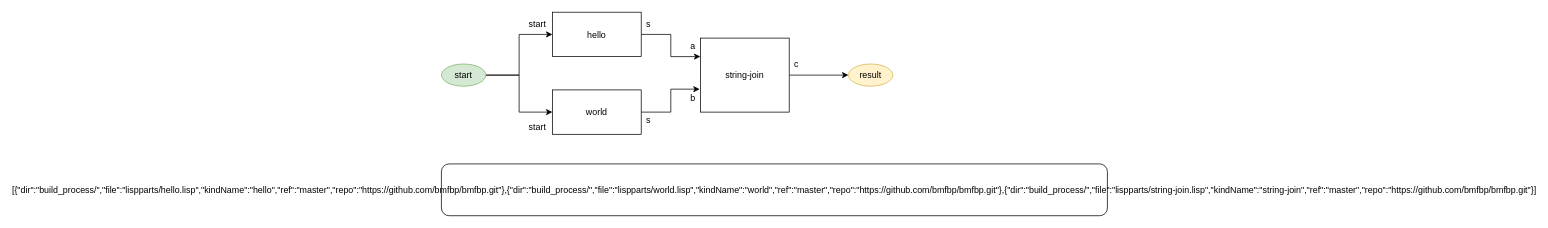
The draw.io diagram parts/diagram/helloworld.drawio in bmfbp/bmfbp, before the edit. Source tidied: cells renumbered, new cells numbered last; positions are measured from the earlier drawing's top-left corner, leaving out a move shared by most shapes. Both pictures are drawn from the tidied source at 74%, with x=0, y=0 at pixel (441, 12).
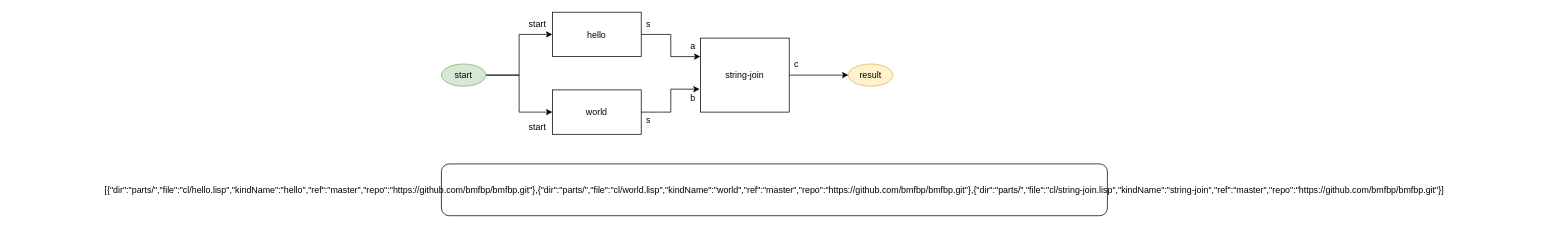
Above is the later version.

What changed in the source:
```diff
@@
 <mxGraphModel>
   <root>
     <mxCell id="0" />
     <mxCell id="1" parent="0" />
     <mxCell id="2" style="edgeStyle=orthogonalEdgeStyle;rounded=0;jettySize=auto;html=1;exitX=1;exitY=0.5;exitDx=0;exitDy=0;entryX=0;entryY=0.25;entryDx=0;entryDy=0;" parent="1" edge="1" source="3" target="7">
       <mxGeometry relative="1" as="geometry" />
     </mxCell>
     <mxCell id="3" value="hello" style="rounded=0;" parent="1" vertex="1">
       <mxGeometry x="150" width="120" height="60" as="geometry" />
     </mxCell>
     <mxCell id="4" style="edgeStyle=orthogonalEdgeStyle;rounded=0;jettySize=auto;html=1;exitX=1;exitY=0.5;exitDx=0;exitDy=0;entryX=-0.008;entryY=0.69;entryDx=0;entryDy=0;entryPerimeter=0;" parent="1" edge="1" source="5" target="7">
       <mxGeometry relative="1" as="geometry" />
     </mxCell>
     <mxCell id="5" value="world" style="rounded=0;" parent="1" vertex="1">
       <mxGeometry x="150" y="105" width="120" height="60" as="geometry" />
     </mxCell>
     <mxCell id="6" style="edgeStyle=orthogonalEdgeStyle;rounded=0;jettySize=auto;html=1;exitX=1;exitY=0.5;exitDx=0;exitDy=0;entryX=0;entryY=0.5;entryDx=0;entryDy=0;" parent="1" edge="1" source="7" target="16">
       <mxGeometry relative="1" as="geometry" />
     </mxCell>
     <mxCell id="7" value="string-join" style="rounded=0;" parent="1" vertex="1">
       <mxGeometry x="350" y="35" width="120" height="100" as="geometry" />
     </mxCell>
     <mxCell id="8" value="c" style="text;strokeColor=none;fillColor=none;align=center;verticalAlign=middle;rounded=0;" parent="1" vertex="1">
       <mxGeometry x="470" y="60" width="20" height="20" as="geometry" />
     </mxCell>
     <mxCell id="9" value="s" style="text;strokeColor=none;fillColor=none;align=center;verticalAlign=middle;rounded=0;" parent="1" vertex="1">
       <mxGeometry x="270" y="5" width="20" height="20" as="geometry" />
     </mxCell>
     <mxCell id="10" value="s" style="text;strokeColor=none;fillColor=none;align=center;verticalAlign=middle;rounded=0;" parent="1" vertex="1">
       <mxGeometry x="270" y="135" width="20" height="20" as="geometry" />
     </mxCell>
     <mxCell id="11" value="a" style="text;strokeColor=none;fillColor=none;align=center;verticalAlign=middle;rounded=0;" parent="1" vertex="1">
       <mxGeometry x="330" y="35" width="20" height="20" as="geometry" />
     </mxCell>
     <mxCell id="12" value="b" style="text;strokeColor=none;fillColor=none;align=center;verticalAlign=middle;rounded=0;" parent="1" vertex="1">
       <mxGeometry x="330" y="105" width="20" height="20" as="geometry" />
     </mxCell>
     <mxCell id="13" style="edgeStyle=orthogonalEdgeStyle;rounded=0;jettySize=auto;html=1;exitX=1;exitY=0.5;exitDx=0;exitDy=0;entryX=0;entryY=0.5;entryDx=0;entryDy=0;" parent="1" edge="1" source="15" target="3">
       <mxGeometry relative="1" as="geometry" />
     </mxCell>
     <mxCell id="14" style="edgeStyle=orthogonalEdgeStyle;rounded=0;jettySize=auto;html=1;exitX=1;exitY=0.5;exitDx=0;exitDy=0;entryX=0;entryY=0.5;entryDx=0;entryDy=0;" parent="1" edge="1" source="15" target="5">
       <mxGeometry relative="1" as="geometry" />
     </mxCell>
     <mxCell id="15" value="start" style="ellipse;fillColor=#d5e8d4;strokeColor=#82b366;" parent="1" vertex="1">
       <mxGeometry y="70" width="60" height="30" as="geometry" />
     </mxCell>
     <mxCell id="16" value="result" style="ellipse;fillColor=#fff2cc;strokeColor=#d6b656;" parent="1" vertex="1">
       <mxGeometry x="550" y="70" width="60" height="30" as="geometry" />
     </mxCell>
-    <mxCell id="17" value="[{&quot;dir&quot;:&quot;build_process/&quot;,&quot;file&quot;:&quot;lispparts/hello.lisp&quot;,&quot;kindName&quot;:&quot;hello&quot;,&quot;ref&quot;:&quot;master&quot;,&quot;repo&quot;:&quot;https://github.com/bmfbp/bmfbp.git&quot;},{&quot;dir&quot;:&quot;build_process/&quot;,&quot;file&quot;:&quot;lispparts/world.lisp&quot;,&quot;kindName&quot;:&quot;world&quot;,&quot;ref&quot;:&quot;master&quot;,&quot;repo&quot;:&quot;https://github.com/bmfbp/bmfbp.git&quot;},{&quot;dir&quot;:&quot;build_process/&quot;,&quot;file&quot;:&quot;lispparts/string-join.lisp&quot;,&quot;kindName&quot;:&quot;string-join&quot;,&quot;ref&quot;:&quot;master&quot;,&quot;repo&quot;:&quot;https://github.com/bmfbp/bmfbp.git&quot;}]" style="rounded=1;" parent="1" vertex="1">
+    <mxCell id="17" value="[{&quot;dir&quot;:&quot;parts/&quot;,&quot;file&quot;:&quot;cl/hello.lisp&quot;,&quot;kindName&quot;:&quot;hello&quot;,&quot;ref&quot;:&quot;master&quot;,&quot;repo&quot;:&quot;https://github.com/bmfbp/bmfbp.git&quot;},{&quot;dir&quot;:&quot;parts/&quot;,&quot;file&quot;:&quot;cl/world.lisp&quot;,&quot;kindName&quot;:&quot;world&quot;,&quot;ref&quot;:&quot;master&quot;,&quot;repo&quot;:&quot;https://github.com/bmfbp/bmfbp.git&quot;},{&quot;dir&quot;:&quot;parts/&quot;,&quot;file&quot;:&quot;cl/string-join.lisp&quot;,&quot;kindName&quot;:&quot;string-join&quot;,&quot;ref&quot;:&quot;master&quot;,&quot;repo&quot;:&quot;https://github.com/bmfbp/bmfbp.git&quot;}]" style="rounded=1;" parent="1" vertex="1">
       <mxGeometry y="205" width="900" height="70" as="geometry" />
     </mxCell>
     <mxCell id="18" value="start" style="text;strokeColor=none;fillColor=none;align=center;verticalAlign=middle;rounded=0;" parent="1" vertex="1">
       <mxGeometry x="110" y="5" width="40" height="20" as="geometry" />
     </mxCell>
     <mxCell id="19" value="start" style="text;strokeColor=none;fillColor=none;align=center;verticalAlign=middle;rounded=0;" parent="1" vertex="1">
       <mxGeometry x="110" y="145" width="40" height="20" as="geometry" />
     </mxCell>
   </root>
 </mxGraphModel>
```
